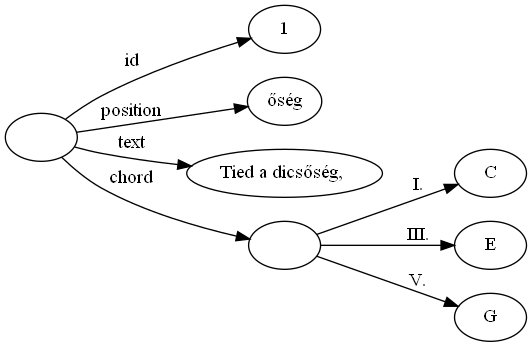
Ancsak01/szakdolgozat keeps this Graphviz diagram as szakdolgozat/images/img_src/rdf_graph_2.png. Above is the earlier version. Its source is kept beside it as szakdolgozat/images/img_src/rdf_graph_2.dot.
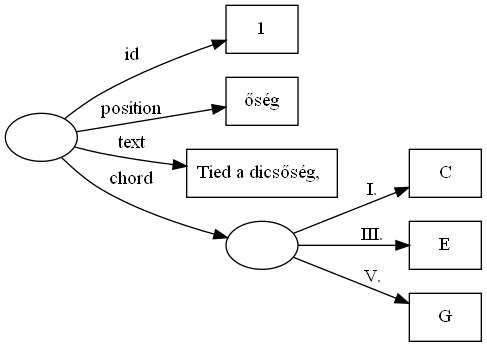
The same diagram one commit later.

What changed in the source:
```diff
@@ -1,13 +1,13 @@
 digraph g {
     rankdir=LR
     Segment [label=""]
-    ID [label="1"]
-    Position [label="őség"]
-    Text [label="Tied a dicsőség, "]
+    ID [label="1" shape="box"]
+    Position [label="őség" shape="box"]
+    Text [label="Tied a dicsőség, " shape="box"]
     Chord [label=""]
-    Deg1 [label="C"]
-    Deg3 [label="E"]
-    Deg5 [label="G"]
+    Deg1 [label="C" shape="box"]
+    Deg3 [label="E" shape="box"]
+    Deg5 [label="G" shape="box"]
     Segment -> ID [label="id"]
     Segment -> Position [label="position"]
     Segment -> Text [label="text"]
```
